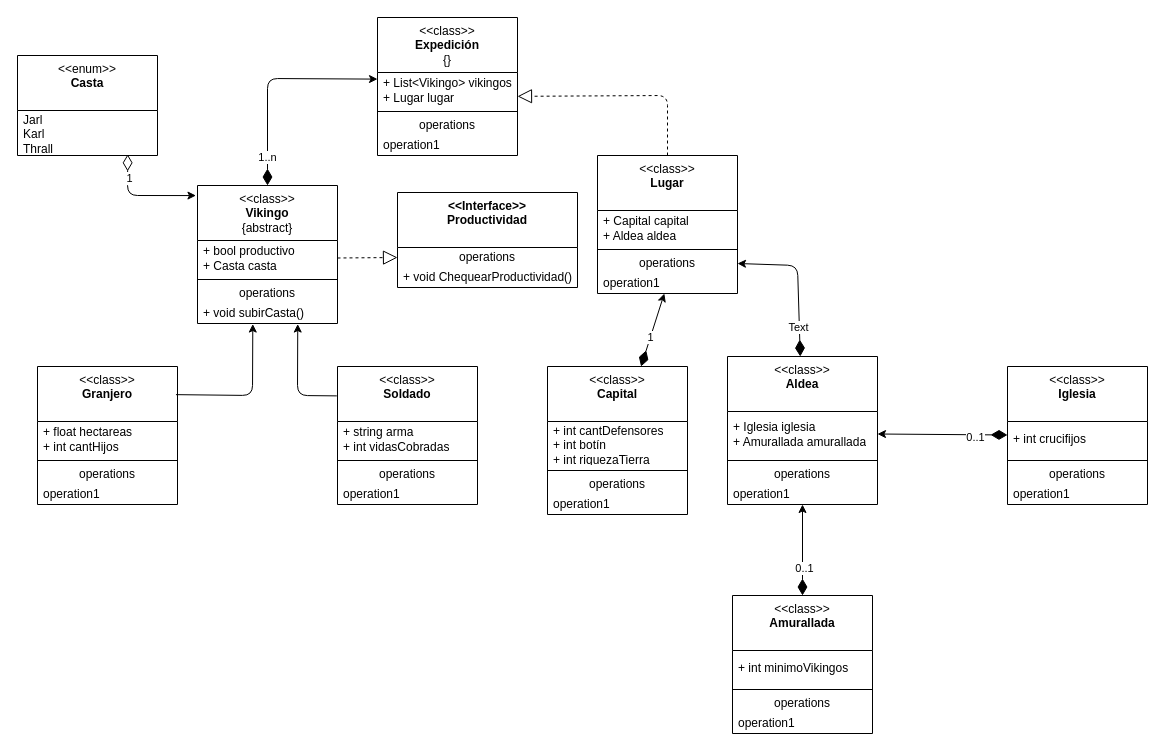
This is Vikingos/UML.drawio from PasandiLuka/TrabajosDuran, a draw.io file, before an edit. Source tidied: cells renumbered, new cells numbered last; positions are measured from the earlier drawing's top-left corner, leaving out a move shared by most shapes. Both pictures are drawn from the tidied source at 100%, with x=0, y=0 at pixel (17, 17).
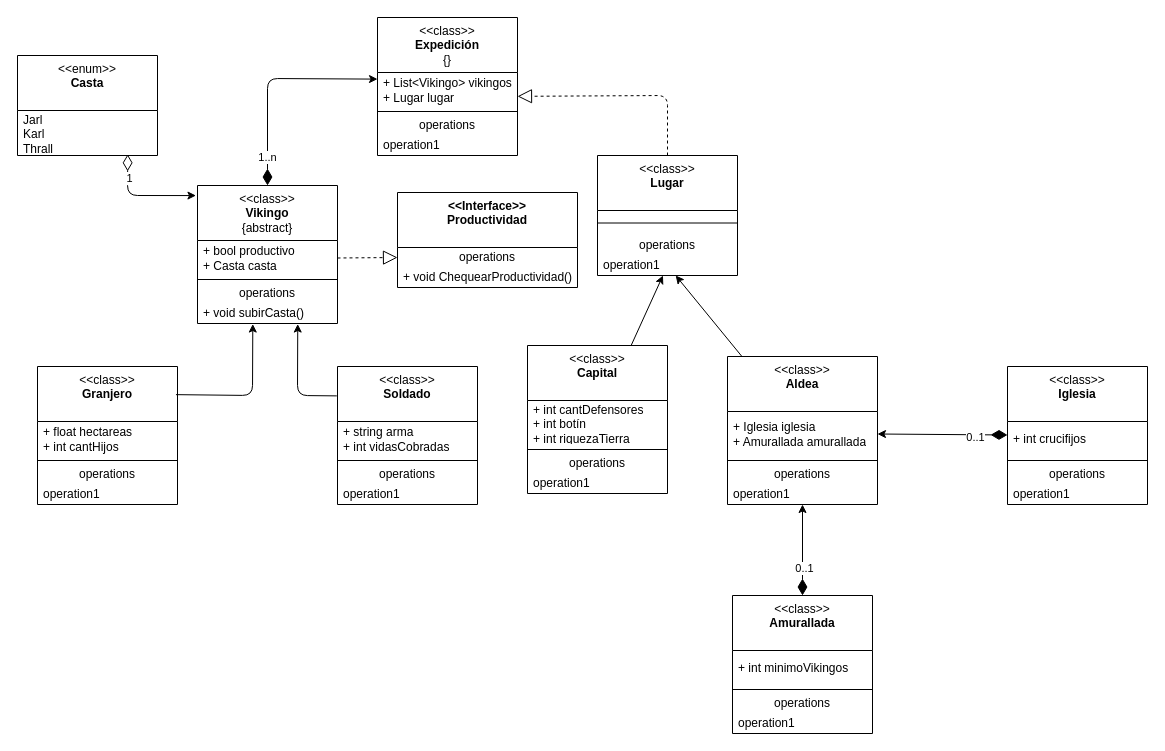
After the change.

Unchanged cells that the change refers to:
```xml
<mxCell id="30" value="&amp;lt;&amp;lt;class&amp;gt;&amp;gt;&lt;br&gt;&lt;b&gt;Aldea&lt;/b&gt;" style="swimlane;fontStyle=0;align=center;verticalAlign=top;horizontal=1;startSize=55;html=1;whiteSpace=wrap;" parent="1" vertex="1">
  <mxGeometry x="710" y="339" width="150" height="148" as="geometry" />
</mxCell>
```

Change to the diagram source:
```diff
@@
     <mxCell id="23" value="&amp;lt;&amp;lt;class&amp;gt;&amp;gt;&lt;br&gt;&lt;b&gt;Lugar&lt;/b&gt;" style="swimlane;fontStyle=0;align=center;verticalAlign=top;horizontal=1;startSize=55;html=1;whiteSpace=wrap;" parent="1" vertex="1">
-      <mxGeometry x="580" y="138" width="140" height="138" as="geometry" />
+      <mxGeometry x="580" y="138" width="140" height="120" as="geometry" />
     </mxCell>
-    <mxCell id="24" value="&lt;font style=&quot;color: rgb(0, 0, 0);&quot;&gt;+ Capital capital&lt;/font&gt;&lt;div&gt;&lt;font style=&quot;color: rgb(0, 0, 0);&quot;&gt;+ Aldea aldea&lt;/font&gt;&lt;/div&gt;" style="text;html=1;strokeColor=none;fillColor=none;align=left;verticalAlign=middle;spacingLeft=4;spacingRight=4;overflow=hidden;whiteSpace=wrap;" parent="23" vertex="1">
-      <mxGeometry y="55" width="140" height="35" as="geometry" />
-    </mxCell>
     <mxCell id="25" style="line;strokeWidth=1;fillColor=none;align=left;verticalAlign=middle;spacingTop=-1;spacingLeft=3;spacingRight=3;labelPosition=right;" parent="23" vertex="1">
-      <mxGeometry y="90" width="140" height="8" as="geometry" />
+      <mxGeometry y="55" width="140" height="25" as="geometry" />
     </mxCell>
     <mxCell id="26" value="operations" style="text;html=1;strokeColor=none;fillColor=none;align=center;verticalAlign=middle;spacingLeft=4;spacingRight=4;overflow=hidden;points=[[0,0.5],[1,0.5]];portConstraint=eastwest;whiteSpace=wrap;" parent="23" vertex="1">
-      <mxGeometry y="98" width="140" height="20" as="geometry" />
+      <mxGeometry y="80" width="140" height="20" as="geometry" />
     </mxCell>
     <mxCell id="27" value="operation1" style="text;html=1;strokeColor=none;fillColor=none;align=left;verticalAlign=middle;spacingLeft=4;spacingRight=4;overflow=hidden;points=[[0,0.5],[1,0.5]];portConstraint=eastwest;whiteSpace=wrap;" parent="23" vertex="1">
-      <mxGeometry y="118" width="140" height="20" as="geometry" />
+      <mxGeometry y="100" width="140" height="20" as="geometry" />
     </mxCell>
-    <mxCell id="28" style="startArrow=diamondThin;startSize=14;startFill=1;entryX=1;entryY=0.5;entryDx=0;entryDy=0;" parent="1" edge="1" source="30" target="26">
-      <mxGeometry relative="1" as="geometry">
-        <Array as="points">
-          <mxPoint x="780" y="248" />
-        </Array>
-      </mxGeometry>
-    </mxCell>
-    <mxCell id="29" value="Text" style="edgeLabel;html=1;align=center;verticalAlign=middle;" parent="28" vertex="1">
-      <mxGeometry x="-0.6" y="1" relative="1" as="geometry" />
-    </mxCell>
@@
-    <mxCell id="35" style="startArrow=diamondThin;startSize=14;startFill=1;" parent="1" edge="1" source="37" target="27">
-      <mxGeometry relative="1" as="geometry" />
-    </mxCell>
-    <mxCell id="36" value="1" style="edgeLabel;html=1;align=center;verticalAlign=middle;" parent="35" vertex="1">
-      <mxGeometry x="-0.19" relative="1" as="geometry" />
-    </mxCell>
     <mxCell id="37" value="&amp;lt;&amp;lt;class&amp;gt;&amp;gt;&lt;br&gt;&lt;b&gt;&lt;font style=&quot;color: rgb(0, 0, 0);&quot;&gt;Capital&lt;/font&gt;&lt;/b&gt;" style="swimlane;fontStyle=0;align=center;verticalAlign=top;horizontal=1;startSize=55;html=1;whiteSpace=wrap;" parent="1" vertex="1">
-      <mxGeometry x="530" y="349" width="140" height="148" as="geometry" />
+      <mxGeometry x="510" y="328" width="140" height="148" as="geometry" />
     </mxCell>
@@
+    <mxCell id="35" style="edgeStyle=none;html=1;" parent="1" edge="1" source="37" target="27">
+      <mxGeometry relative="1" as="geometry" />
+    </mxCell>
+    <mxCell id="68" style="edgeStyle=none;html=1;" parent="1" edge="1" source="30" target="27">
+      <mxGeometry relative="1" as="geometry" />
+    </mxCell>
```
